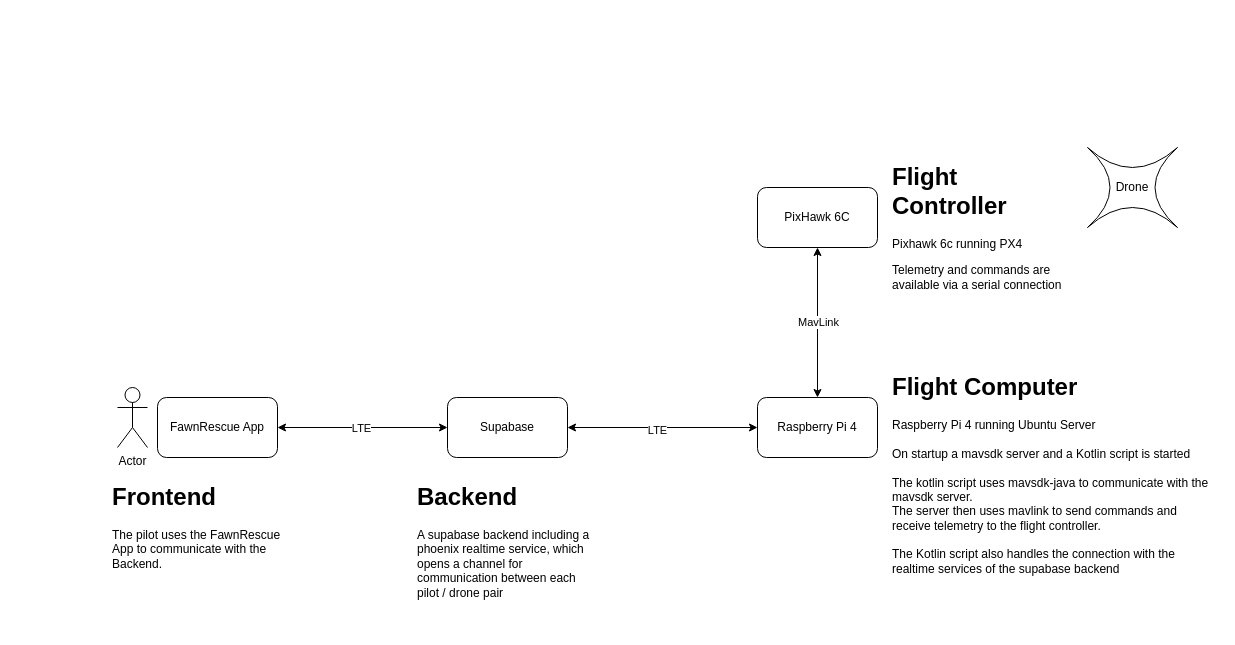
FawnRescue/planning keeps this draw.io diagram as Communication.drawio. Above is the earlier version. Source tidied: cells renumbered, new cells numbered last; positions are measured from the earlier drawing's top-left corner, leaving out a move shared by most shapes. Both pictures are drawn from the tidied source at 100%, with x=0, y=0 at pixel (107, 147).
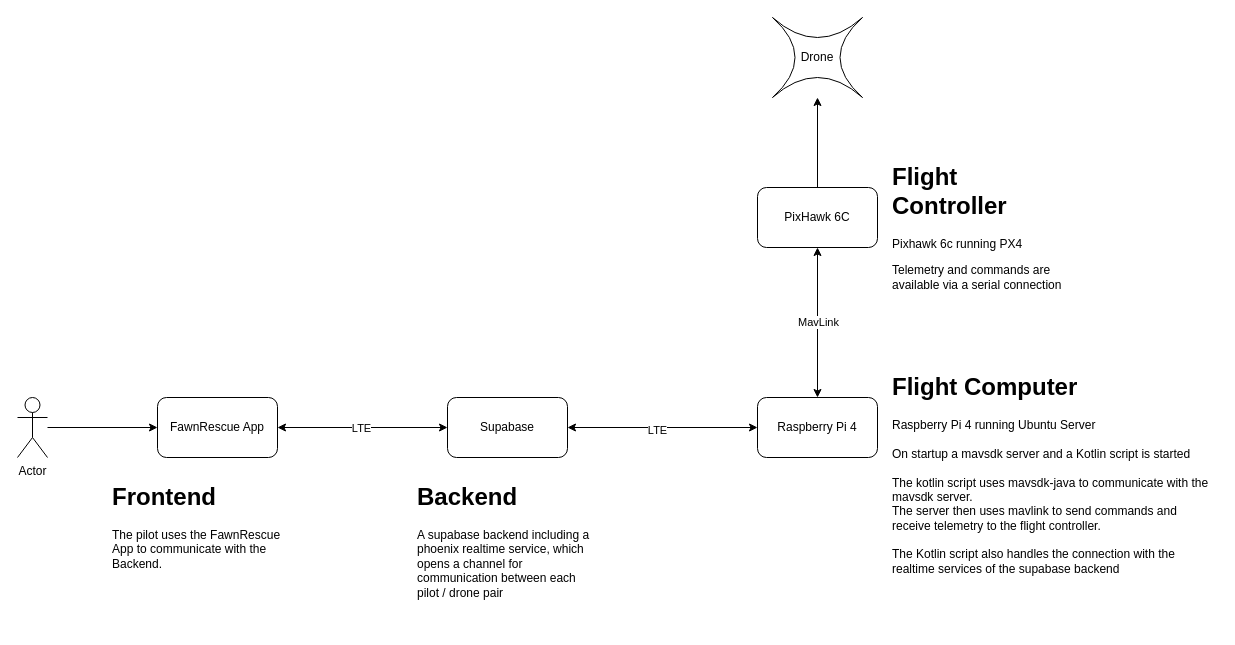
The same diagram, later.

Unchanged cells that the change refers to:
```xml
<mxCell id="6" value="&lt;div&gt;PixHawk 6C&lt;/div&gt;" style="rounded=1;whiteSpace=wrap;html=1;" parent="1" vertex="1">
  <mxGeometry x="650" y="40" width="120" height="60" as="geometry" />
</mxCell>
<mxCell id="15" value="FawnRescue App" style="rounded=1;whiteSpace=wrap;html=1;" parent="1" vertex="1">
  <mxGeometry x="50" y="250" width="120" height="60" as="geometry" />
</mxCell>
```

Diff of the diagram source:
```diff
@@
+    <mxCell id="18" style="edgeStyle=orthogonalEdgeStyle;rounded=0;jettySize=auto;html=1;entryX=0;entryY=0.5;entryDx=0;entryDy=0;" parent="1" edge="1" source="2" target="15">
+      <mxGeometry relative="1" as="geometry" />
+    </mxCell>
     <mxCell id="2" value="Actor" style="shape=umlActor;verticalLabelPosition=bottom;verticalAlign=top;html=1;outlineConnect=0;" parent="1" vertex="1">
-      <mxGeometry x="10" y="240" width="30" height="60" as="geometry" />
+      <mxGeometry x="-90" y="250" width="30" height="60" as="geometry" />
     </mxCell>
     <mxCell id="3" value="Drone" style="shape=switch;whiteSpace=wrap;html=1;" parent="1" vertex="1">
-      <mxGeometry x="980" width="90" height="80" as="geometry" />
+      <mxGeometry x="665" y="-130" width="90" height="80" as="geometry" />
     </mxCell>
@@
+    <mxCell id="19" style="edgeStyle=orthogonalEdgeStyle;rounded=0;jettySize=auto;html=1;" parent="1" edge="1" source="6" target="3">
+      <mxGeometry relative="1" as="geometry" />
+    </mxCell>
```
